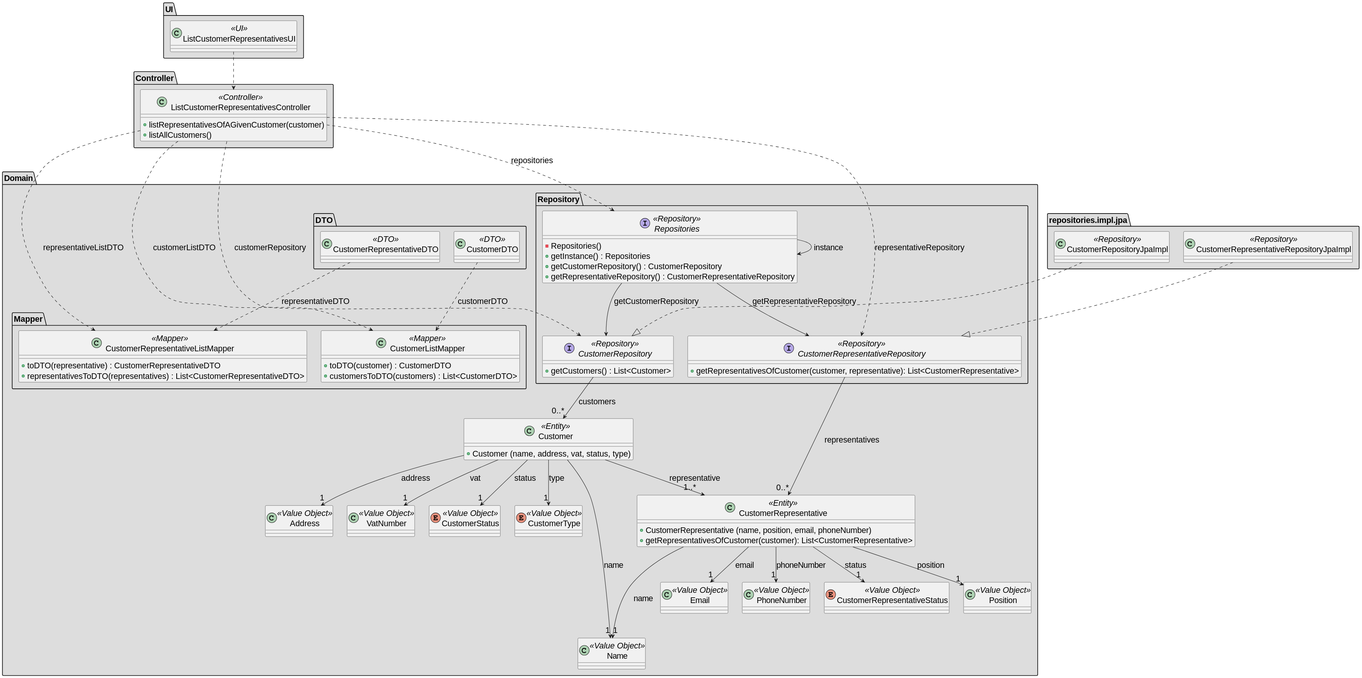
diogoveirospro/sem4pi-2024-2025-sem4pi_2024_2025_g44 keeps this PlantUML diagram as docs/SPRINT_2/us222/images/class_diagram_us222.svg. Above is the earlier version. Its diagram source:
```plantuml
@startuml
skinparamlocked defaultFontSize 20
set separator none

package "Domain" #DDDDDD {

    package "DTO" #DDDDDD {
        class CustomerDTO <<DTO>> {

        }

        class CustomerRepresentativeDTO <<DTO>> {

        }
    }

    package "Mapper" #DDDDDD {
        class CustomerListMapper <<Mapper>> {
            + toDTO(customer) : CustomerDTO
            + customersToDTO(customers) : List<CustomerDTO>
        }

        class CustomerRepresentativeListMapper <<Mapper>> {
            + toDTO(representative) : CustomerRepresentativeDTO
            + representativesToDTO(representatives) : List<CustomerRepresentativeDTO>
        }
    }

    package "Repository" #DDDDDD {
        Interface CustomerRepository <<Repository>> {
            + getCustomers() : List<Customer>
        }
        Interface CustomerRepresentativeRepository <<Repository>> {
            + getRepresentativesOfCustomer(customer, representative): List<CustomerRepresentative>
        }
        Interface Repositories <<Repository>> {
            - Repositories()
            + getInstance() : Repositories
            + getCustomerRepository() : CustomerRepository
            + getRepresentativeRepository() : CustomerRepresentativeRepository
        }
    }

    class Customer <<Entity>> {
        + Customer (name, address, vat, status, type)
    }
    class CustomerRepresentative <<Entity>> {
        + CustomerRepresentative (name, position, email, phoneNumber)
        + getRepresentativesOfCustomer(customer): List<CustomerRepresentative>
    }

    class Address <<Value Object>> {

    }
    class VatNumber <<Value Object>> {

    }
    enum CustomerStatus <<Value Object>> {

    }
    enum CustomerType <<Value Object>> {

    }
    class Position <<Value Object>> {

    }
    class Name <<Value Object>> {

    }
    class Email <<Value Object>> {

    }
    class PhoneNumber <<Value Object>> {

    }

    enum CustomerRepresentativeStatus <<Value Object>>{
    }
}

package "UI" #DDDDDD {
    class ListCustomerRepresentativesUI <<UI>> {

    }
}

package "Controller" #DDDDDD {
    class ListCustomerRepresentativesController <<Controller>> {
        + listRepresentativesOfAGivenCustomer(customer)
        + listAllCustomers()
    }
}

package "repositories.impl.jpa" #DDDDDD {
    class CustomerRepositoryJpaImpl <<Repository>> {
    }
    class CustomerRepresentativeRepositoryJpaImpl <<Repository>> {
    }
}


CustomerRepositoryJpaImpl ..|> CustomerRepository

CustomerRepresentativeRepositoryJpaImpl ..|> CustomerRepresentativeRepository

Customer --> "1..*" CustomerRepresentative : representative
Customer --> "1" VatNumber : vat
Customer --> "1" Address : address
Customer --> "1" CustomerStatus : status
Customer --> "1" CustomerType : type
Customer ----> "1" Name : name

CustomerRepresentative --> "1" Position : position
CustomerRepresentative --> "1" Name : name
CustomerRepresentative --> "1" Email : email
CustomerRepresentative --> "1" PhoneNumber : phoneNumber
CustomerRepresentative --> "1" CustomerRepresentativeStatus : status

Repositories --> Repositories : instance
Repositories --> CustomerRepository : getCustomerRepository
Repositories --> CustomerRepresentativeRepository : getRepresentativeRepository

CustomerRepository --> "0..*" Customer : customers

CustomerRepresentativeRepository --> "0..*" CustomerRepresentative : representatives

ListCustomerRepresentativesUI ..> ListCustomerRepresentativesController

ListCustomerRepresentativesController ..> Repositories : repositories
ListCustomerRepresentativesController ..> CustomerListMapper : customerListDTO
ListCustomerRepresentativesController ..> CustomerRepresentativeRepository : representativeRepository
ListCustomerRepresentativesController ..> CustomerRepository : customerRepository
ListCustomerRepresentativesController ..> CustomerRepresentativeListMapper : representativeListDTO

CustomerDTO ..> CustomerListMapper : customerDTO

CustomerRepresentativeDTO ..> CustomerRepresentativeListMapper : representativeDTO
@enduml
```
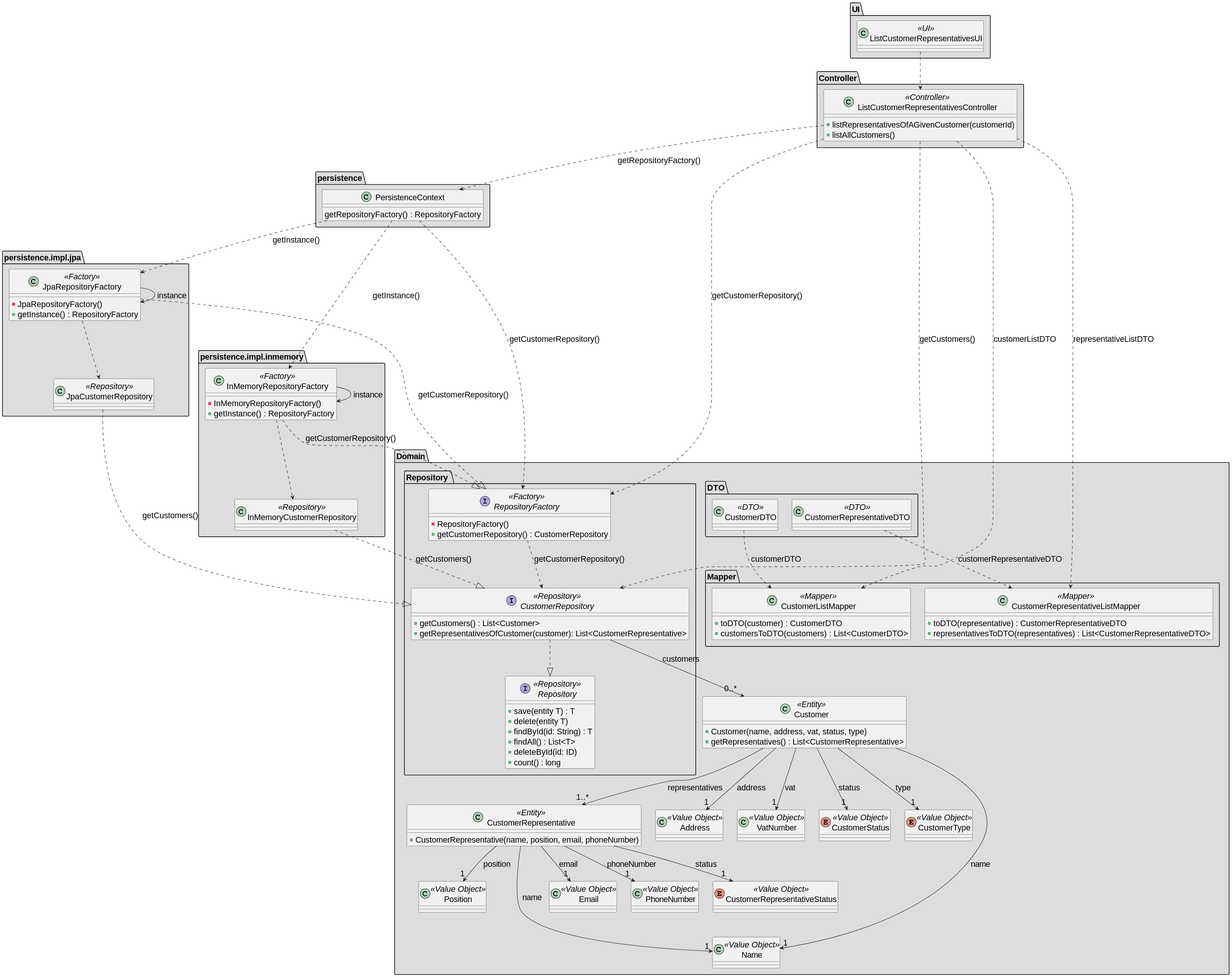
After the commit.

Diff of the diagram source:
```diff
@@ -6,11 +6,8 @@
 
     package "DTO" #DDDDDD {
         class CustomerDTO <<DTO>> {
-
         }
-
         class CustomerRepresentativeDTO <<DTO>> {
-
         }
     }
 
@@ -26,84 +23,95 @@
         }
     }
 
-    package "Repository" #DDDDDD {
+    package "Repository " #DDDDDD {
         Interface CustomerRepository <<Repository>> {
             + getCustomers() : List<Customer>
+            + getRepresentativesOfCustomer(customer): List<CustomerRepresentative>
         }
-        Interface CustomerRepresentativeRepository <<Repository>> {
-            + getRepresentativesOfCustomer(customer, representative): List<CustomerRepresentative>
+
+        Interface RepositoryFactory <<Factory>> {
+            - RepositoryFactory()
+            + getCustomerRepository() : CustomerRepository
         }
-        Interface Repositories <<Repository>> {
-            - Repositories()
-            + getInstance() : Repositories
-            + getCustomerRepository() : CustomerRepository
-            + getRepresentativeRepository() : CustomerRepresentativeRepository
+
+        Interface Repository <<Repository>> {
+            + save(entity T) : T
+            + delete(entity T)
+            + findById(id: String) : T
+            + findAll() : List<T>
+            + deleteById(id: ID)
+            + count() : long
         }
     }
 
     class Customer <<Entity>> {
-        + Customer (name, address, vat, status, type)
+        + Customer(name, address, vat, status, type)
+        + getRepresentatives() : List<CustomerRepresentative>
     }
+
     class CustomerRepresentative <<Entity>> {
-        + CustomerRepresentative (name, position, email, phoneNumber)
-        + getRepresentativesOfCustomer(customer): List<CustomerRepresentative>
+        + CustomerRepresentative(name, position, email, phoneNumber)
     }
 
     class Address <<Value Object>> {
-
     }
     class VatNumber <<Value Object>> {
-
     }
     enum CustomerStatus <<Value Object>> {
-
     }
     enum CustomerType <<Value Object>> {
-
     }
     class Position <<Value Object>> {
-
     }
     class Name <<Value Object>> {
-
     }
     class Email <<Value Object>> {
-
     }
     class PhoneNumber <<Value Object>> {
-
     }
-
-    enum CustomerRepresentativeStatus <<Value Object>>{
+    enum CustomerRepresentativeStatus <<Value Object>> {
     }
 }
 
 package "UI" #DDDDDD {
     class ListCustomerRepresentativesUI <<UI>> {
-
     }
 }
 
 package "Controller" #DDDDDD {
     class ListCustomerRepresentativesController <<Controller>> {
-        + listRepresentativesOfAGivenCustomer(customer)
+        + listRepresentativesOfAGivenCustomer(customerId)
         + listAllCustomers()
     }
 }
 
-package "repositories.impl.jpa" #DDDDDD {
-    class CustomerRepositoryJpaImpl <<Repository>> {
+package "persistence.impl.jpa" #DDDDDD {
+    class JpaCustomerRepository <<Repository>> {
     }
-    class CustomerRepresentativeRepositoryJpaImpl <<Repository>> {
+
+    class JpaRepositoryFactory <<Factory>> {
+        - JpaRepositoryFactory()
+        + getInstance() : RepositoryFactory
     }
 }
 
+package "persistence.impl.inmemory" #DDDDDD {
+    class InMemoryCustomerRepository <<Repository>> {
+    }
 
-CustomerRepositoryJpaImpl ..|> CustomerRepository
+    class InMemoryRepositoryFactory <<Factory>> {
+        - InMemoryRepositoryFactory()
+        + getInstance() : RepositoryFactory
+    }
+}
 
-CustomerRepresentativeRepositoryJpaImpl ..|> CustomerRepresentativeRepository
+package "persistence" #DDDDDD {
+    class PersistenceContext {
+        getRepositoryFactory() : RepositoryFactory
+    }
+}
 
-Customer --> "1..*" CustomerRepresentative : representative
+Customer --> "1..*" CustomerRepresentative : representatives
 Customer --> "1" VatNumber : vat
 Customer --> "1" Address : address
 Customer --> "1" CustomerStatus : status
@@ -116,23 +124,36 @@
 CustomerRepresentative --> "1" PhoneNumber : phoneNumber
 CustomerRepresentative --> "1" CustomerRepresentativeStatus : status
 
-Repositories --> Repositories : instance
-Repositories --> CustomerRepository : getCustomerRepository
-Repositories --> CustomerRepresentativeRepository : getRepresentativeRepository
+RepositoryFactory ..> CustomerRepository : getCustomerRepository()
 
 CustomerRepository --> "0..*" Customer : customers
 
-CustomerRepresentativeRepository --> "0..*" CustomerRepresentative : representatives
-
 ListCustomerRepresentativesUI ..> ListCustomerRepresentativesController
 
-ListCustomerRepresentativesController ..> Repositories : repositories
+ListCustomerRepresentativesController ..> RepositoryFactory : getCustomerRepository()
 ListCustomerRepresentativesController ..> CustomerListMapper : customerListDTO
-ListCustomerRepresentativesController ..> CustomerRepresentativeRepository : representativeRepository
-ListCustomerRepresentativesController ..> CustomerRepository : customerRepository
 ListCustomerRepresentativesController ..> CustomerRepresentativeListMapper : representativeListDTO
+ListCustomerRepresentativesController ..> CustomerRepository : getCustomers()
+ListCustomerRepresentativesController ..> PersistenceContext : getRepositoryFactory()
 
 CustomerDTO ..> CustomerListMapper : customerDTO
+CustomerRepresentativeDTO ..> CustomerRepresentativeListMapper : customerRepresentativeDTO
 
-CustomerRepresentativeDTO ..> CustomerRepresentativeListMapper : representativeDTO
+PersistenceContext ..> JpaRepositoryFactory : getInstance()
+PersistenceContext ..> InMemoryRepositoryFactory : getInstance()
+PersistenceContext ..> RepositoryFactory : getCustomerRepository()
+
+JpaRepositoryFactory ...|> RepositoryFactory : getCustomerRepository()
+JpaRepositoryFactory ..> JpaCustomerRepository
+JpaRepositoryFactory --> JpaRepositoryFactory : instance
+
+JpaCustomerRepository ..|> CustomerRepository : getCustomers()
+
+InMemoryRepositoryFactory .|> RepositoryFactory : getCustomerRepository()
+InMemoryRepositoryFactory ..> InMemoryCustomerRepository
+InMemoryRepositoryFactory --> InMemoryRepositoryFactory : instance
+
+InMemoryCustomerRepository ..|> CustomerRepository : getCustomers()
+
+CustomerRepository ..|> Repository
 @enduml
```
